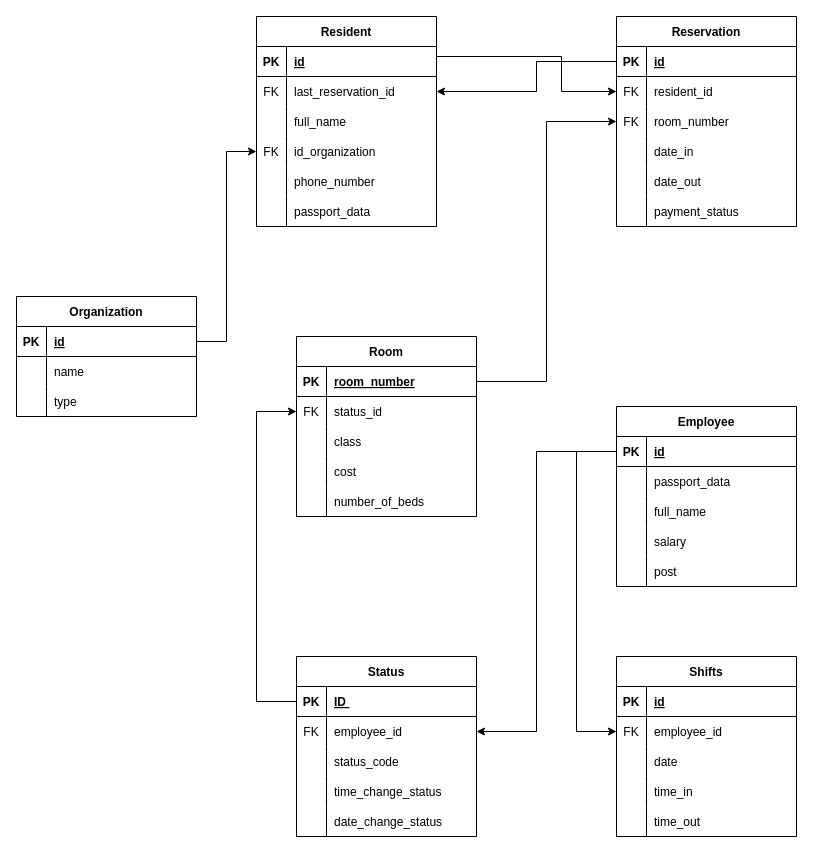
Above: page "ER модель EN" (2 of 3) of Kostylev_Hostel.drawio in Haxersociety/DataBase_Hostel (draw.io), before the change. Source tidied: cells renumbered, new cells numbered last; positions are measured from the earlier drawing's top-left corner, leaving out a move shared by most shapes. Both pictures are drawn from the tidied source at 100%, with x=0, y=0 at pixel (16, 16).
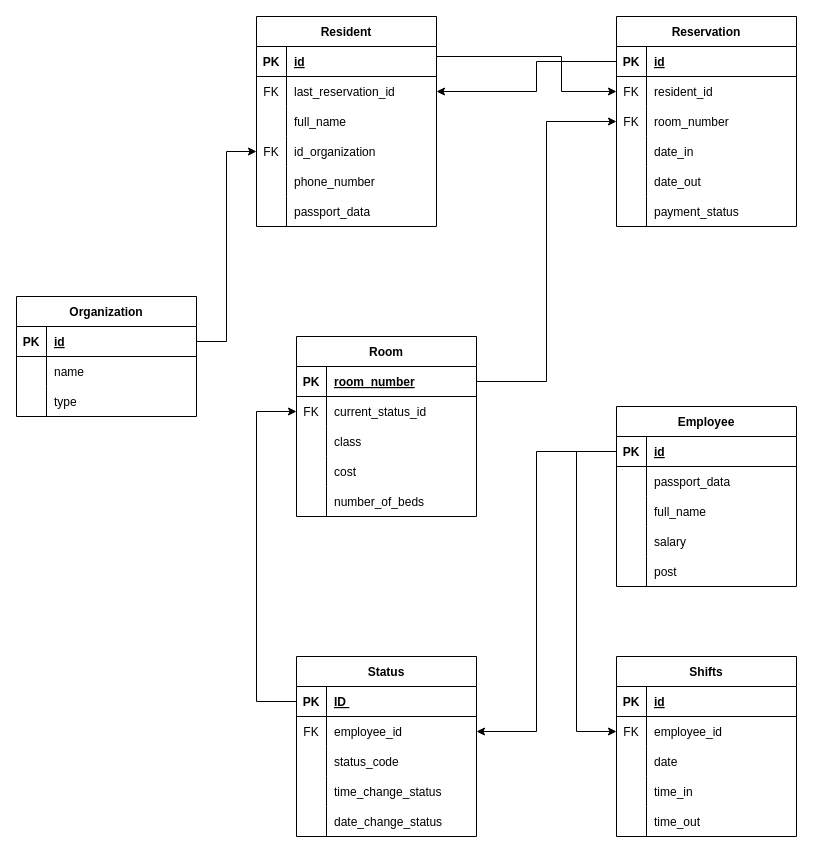
The same diagram, later.

The change refers to these unchanged cells:
```xml
<mxCell id="25" style="shape=tableRow;horizontal=0;startSize=0;swimlaneHead=0;swimlaneBody=0;fillColor=none;points=[[0,0.5],[1,0.5]];portConstraint=eastwest;top=0;left=0;right=0;bottom=0;" parent="21" vertex="1">
  <mxGeometry y="60" width="180" height="30" as="geometry" />
</mxCell>
```

What changed in the source:
```diff
@@
-    <mxCell id="27" value="status_id" style="shape=partialRectangle;fillColor=none;top=0;left=0;bottom=0;right=0;align=left;spacingLeft=6;overflow=hidden;" parent="25" vertex="1">
+    <mxCell id="27" value="current_status_id" style="shape=partialRectangle;fillColor=none;top=0;left=0;bottom=0;right=0;align=left;spacingLeft=6;overflow=hidden;" parent="25" vertex="1">
       <mxGeometry x="30" width="150" height="30" as="geometry" />
     </mxCell>
```
